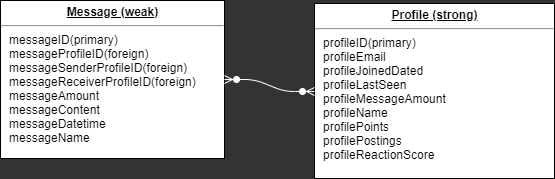
Before: Epic/ERDDiagram.png, a diagram exported from draw.io (GinoVillalpando/data-design). Source tidied: cells renumbered, new cells last; positions are measured from the earlier drawing's top-left corner, leaving out a move shared by most shapes.
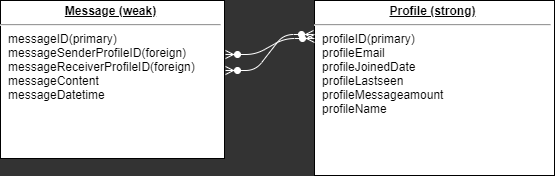
The same diagram one commit later.

Commit message:
removed unnecessary keys and changed ERD relationship

What changed in the source:
```diff
@@ -2,14 +2,19 @@
   <root>
     <mxCell id="0" />
     <mxCell id="1" parent="0" />
-    <mxCell id="2" value="&lt;p style=&quot;margin: 0px ; margin-top: 4px ; text-align: center ; text-decoration: underline&quot;&gt;&lt;b&gt;Profile (strong)&lt;/b&gt;&lt;/p&gt;&lt;hr&gt;&lt;p style=&quot;margin: 0px ; margin-left: 8px&quot;&gt;profileID(primary)&lt;/p&gt;&lt;p style=&quot;margin: 0px ; margin-left: 8px&quot;&gt;profileEmail&lt;br&gt;&lt;/p&gt;&lt;p style=&quot;margin: 0px 0px 0px 8px&quot;&gt;profileJoinedDated&amp;nbsp;&lt;/p&gt;&lt;p style=&quot;margin: 0px 0px 0px 8px&quot;&gt;profileLastSeen&lt;br&gt;&lt;/p&gt;&lt;p style=&quot;margin: 0px 0px 0px 8px&quot;&gt;profileMessageAmount&lt;br&gt;&lt;/p&gt;&lt;p style=&quot;margin: 0px ; margin-left: 8px&quot;&gt;profileName&lt;/p&gt;&lt;p style=&quot;margin: 0px ; margin-left: 8px&quot;&gt;profilePoints&lt;br&gt;&lt;/p&gt;&lt;p style=&quot;margin: 0px ; margin-left: 8px&quot;&gt;profilePostings&lt;/p&gt;&lt;p style=&quot;margin: 0px ; margin-left: 8px&quot;&gt;profileReactionScore&lt;/p&gt;&lt;p style=&quot;margin: 0px ; margin-left: 8px&quot;&gt;&lt;br&gt;&lt;/p&gt;" style="verticalAlign=top;align=left;overflow=fill;fontSize=12;fontFamily=Helvetica;html=1;rounded=0;shadow=0;comic=0;labelBackgroundColor=none;strokeWidth=1;" parent="1" vertex="1">
-      <mxGeometry x="314" y="3" width="240" height="175" as="geometry" />
+    <mxCell id="2" value="&lt;p style=&quot;margin: 0px ; margin-top: 4px ; text-align: center ; text-decoration: underline&quot;&gt;&lt;b&gt;Profile (strong)&lt;/b&gt;&lt;/p&gt;&lt;hr&gt;&lt;p style=&quot;margin: 0px ; margin-left: 8px&quot;&gt;profileID(primary)&lt;/p&gt;&lt;p style=&quot;margin: 0px ; margin-left: 8px&quot;&gt;profileEmail&lt;/p&gt;&lt;p style=&quot;margin: 0px ; margin-left: 8px&quot;&gt;profileJoinedDate&lt;/p&gt;&lt;p style=&quot;margin: 0px ; margin-left: 8px&quot;&gt;profileLastseen&lt;/p&gt;&lt;p style=&quot;margin: 0px 0px 0px 8px&quot;&gt;profileMessageamount&lt;br&gt;&lt;/p&gt;&lt;p style=&quot;margin: 0px ; margin-left: 8px&quot;&gt;profileName&lt;/p&gt;&lt;p style=&quot;margin: 0px ; margin-left: 8px&quot;&gt;&lt;br&gt;&lt;/p&gt;" style="verticalAlign=top;align=left;overflow=fill;fontSize=12;fontFamily=Helvetica;html=1;rounded=0;shadow=0;comic=0;labelBackgroundColor=none;strokeWidth=1;" parent="1" vertex="1">
+      <mxGeometry x="-1579" y="130" width="240" height="175" as="geometry" />
     </mxCell>
-    <mxCell id="3" value="&lt;p style=&quot;margin: 0px ; margin-top: 4px ; text-align: center ; text-decoration: underline&quot;&gt;&lt;b&gt;Message (weak)&lt;/b&gt;&lt;/p&gt;&lt;hr&gt;&lt;p style=&quot;margin: 0px ; margin-left: 8px&quot;&gt;messageID(primary)&lt;/p&gt;&lt;p style=&quot;margin: 0px ; margin-left: 8px&quot;&gt;&lt;span&gt;messageProfileID(foreign)&lt;/span&gt;&lt;/p&gt;&lt;p style=&quot;margin: 0px ; margin-left: 8px&quot;&gt;&lt;span&gt;messageSenderProfileID(foreign)&lt;/span&gt;&lt;/p&gt;&lt;p style=&quot;margin: 0px ; margin-left: 8px&quot;&gt;&lt;span&gt;messageReceiverProfileID(foreign)&lt;/span&gt;&lt;/p&gt;&lt;p style=&quot;margin: 0px ; margin-left: 8px&quot;&gt;messageAmount&lt;/p&gt;&lt;p style=&quot;margin: 0px ; margin-left: 8px&quot;&gt;messageContent&lt;/p&gt;&lt;p style=&quot;margin: 0px ; margin-left: 8px&quot;&gt;messageDatetime&lt;/p&gt;&lt;p style=&quot;margin: 0px ; margin-left: 8px&quot;&gt;messageName&lt;/p&gt;&lt;p style=&quot;margin: 0px ; margin-left: 8px&quot;&gt;&lt;br&gt;&lt;/p&gt;" style="verticalAlign=top;align=left;overflow=fill;fontSize=12;fontFamily=Helvetica;html=1;rounded=0;shadow=0;comic=0;labelBackgroundColor=none;strokeWidth=1;" parent="1" vertex="1">
-      <mxGeometry width="224" height="158" as="geometry" />
+    <mxCell id="3" value="&lt;p style=&quot;margin: 0px ; margin-top: 4px ; text-align: center ; text-decoration: underline&quot;&gt;&lt;b&gt;Message (weak)&lt;/b&gt;&lt;/p&gt;&lt;hr&gt;&lt;p style=&quot;margin: 0px ; margin-left: 8px&quot;&gt;messageID(primary)&lt;/p&gt;&lt;p style=&quot;margin: 0px ; margin-left: 8px&quot;&gt;&lt;span&gt;messageSenderProfileID(foreign)&lt;/span&gt;&lt;/p&gt;&lt;p style=&quot;margin: 0px ; margin-left: 8px&quot;&gt;&lt;span&gt;messageReceiverProfileID(foreign)&lt;/span&gt;&lt;/p&gt;&lt;p style=&quot;margin: 0px ; margin-left: 8px&quot;&gt;messageContent&lt;/p&gt;&lt;p style=&quot;margin: 0px ; margin-left: 8px&quot;&gt;messageDatetime&lt;/p&gt;&lt;p style=&quot;margin: 0px ; margin-left: 8px&quot;&gt;&lt;br&gt;&lt;/p&gt;" style="verticalAlign=top;align=left;overflow=fill;fontSize=12;fontFamily=Helvetica;html=1;rounded=0;shadow=0;comic=0;labelBackgroundColor=none;strokeWidth=1;" parent="1" vertex="1">
+      <mxGeometry x="-1893" y="130" width="224" height="158" as="geometry" />
     </mxCell>
-    <mxCell id="4" style="edgeStyle=entityRelationEdgeStyle;fontSize=12;html=1;endArrow=ERzeroToMany;endFill=1;startArrow=ERzeroToMany;strokeColor=#FFFFFF;entryX=0;entryY=0.5;entryDx=0;entryDy=0;exitX=1;exitY=0.5;exitDx=0;exitDy=0;" parent="1" edge="1" source="3" target="2">
+    <mxCell id="4" style="edgeStyle=entityRelationEdgeStyle;fontSize=12;html=1;endArrow=ERzeroToMany;endFill=1;startArrow=ERzeroToMany;strokeColor=#FFFFFF;entryX=0;entryY=0.2;entryDx=0;entryDy=0;exitX=1;exitY=0.437;exitDx=0;exitDy=0;exitPerimeter=0;entryPerimeter=0;" parent="1" edge="1" source="3" target="2">
       <mxGeometry relative="1" as="geometry" />
     </mxCell>
+    <mxCell id="5" style="edgeStyle=entityRelationEdgeStyle;fontSize=12;html=1;endArrow=ERzeroToMany;endFill=1;startArrow=ERzeroToMany;strokeColor=#FFFFFF;exitX=1.004;exitY=0.335;exitDx=0;exitDy=0;exitPerimeter=0;" parent="1" edge="1" source="3">
+      <mxGeometry relative="1" as="geometry">
+        <mxPoint x="-1579" y="168" as="targetPoint" />
+      </mxGeometry>
+    </mxCell>
   </root>
 </mxGraphModel>
```
